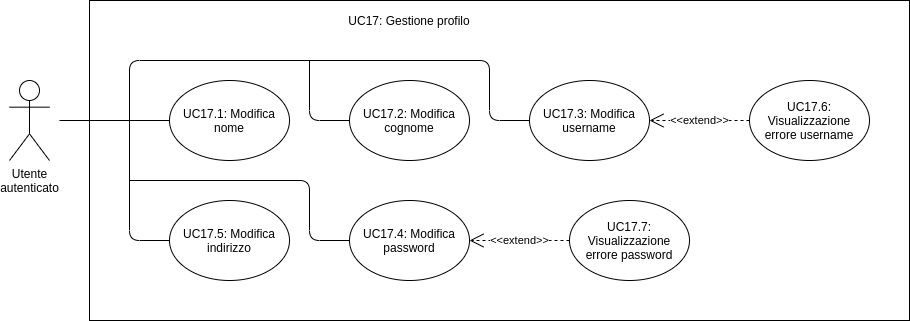
This is Images/AnalisiRequisiti/UC17.png from techsweave/TechSWEaveDocumentation, a draw.io export, as it was before one commit. Source tidied: cells renumbered, new cells last; positions are measured from the earlier drawing's top-left corner, leaving out a move shared by most shapes.
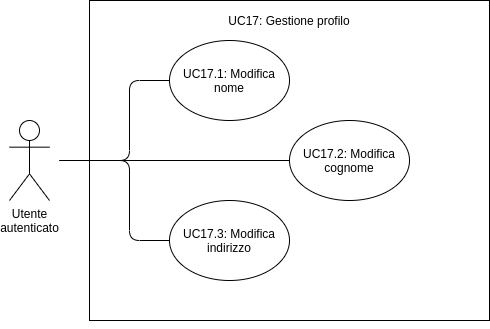
Above is the later version.

The edit, as a diff of the source:
```diff
@@ -3,83 +3,48 @@
     <mxCell id="0" />
     <mxCell id="1" parent="0" />
     <mxCell id="2" style="rounded=0;whiteSpace=wrap;html=1;fillColor=none;" parent="1" vertex="1">
-      <mxGeometry x="80" width="820" height="320" as="geometry" />
+      <mxGeometry x="80" y="-40" width="400" height="320" as="geometry" />
     </mxCell>
     <mxCell id="3" value="Utente&lt;br&gt;autenticato" style="shape=umlActor;verticalLabelPosition=bottom;verticalAlign=top;html=1;" parent="1" vertex="1">
       <mxGeometry y="80" width="40" height="80" as="geometry" />
     </mxCell>
     <mxCell id="4" value="UC17: Gestione profilo" style="text;html=1;strokeColor=none;fillColor=none;align=center;verticalAlign=middle;whiteSpace=wrap;rounded=0;" parent="1" vertex="1">
-      <mxGeometry x="330" y="10" width="140" height="20" as="geometry" />
+      <mxGeometry x="210" y="-30" width="140" height="20" as="geometry" />
     </mxCell>
     <mxCell id="5" style="endArrow=none;html=1;entryX=0;entryY=0.5;entryDx=0;entryDy=0;" parent="1" edge="1" target="6">
       <mxGeometry relative="1" as="geometry">
         <mxPoint x="50" y="120" as="sourcePoint" />
+        <Array as="points">
+          <mxPoint x="120" y="120" />
+          <mxPoint x="120" y="40" />
+        </Array>
       </mxGeometry>
     </mxCell>
     <mxCell id="6" value="UC17.1: Modifica nome" style="ellipse;whiteSpace=wrap;html=1;fillColor=none;" parent="1" vertex="1">
-      <mxGeometry x="160" y="80" width="120" height="80" as="geometry" />
+      <mxGeometry x="160" width="120" height="80" as="geometry" />
     </mxCell>
-    <mxCell id="7" style="endArrow=none;html=1;" parent="1" edge="1">
+    <mxCell id="7" style="endArrow=none;html=1;entryX=0;entryY=0.5;entryDx=0;entryDy=0;" parent="1" edge="1" target="11">
       <mxGeometry relative="1" as="geometry">
-        <mxPoint x="120" y="120" as="sourcePoint" />
-        <mxPoint x="160" y="240" as="targetPoint" />
+        <mxPoint x="50" y="120" as="sourcePoint" />
         <Array as="points">
-          <mxPoint x="120" y="240" />
+          <mxPoint x="120" y="120" />
+          <mxPoint x="120" y="200" />
         </Array>
       </mxGeometry>
     </mxCell>
-    <mxCell id="8" value="&lt;span&gt;UC17.4:&amp;nbsp;Modifica password&lt;/span&gt;" style="ellipse;whiteSpace=wrap;html=1;fillColor=none;" parent="1" vertex="1">
-      <mxGeometry x="340" y="200" width="120" height="80" as="geometry" />
-    </mxCell>
-    <mxCell id="9" style="endArrow=none;html=1;entryX=0;entryY=0.5;entryDx=0;entryDy=0;" parent="1" edge="1" target="10">
-      <mxGeometry relative="1" as="geometry">
-        <mxPoint x="120" y="120" as="sourcePoint" />
-        <Array as="points">
-          <mxPoint x="120" y="60" />
-          <mxPoint x="480" y="60" />
-          <mxPoint x="480" y="120" />
-        </Array>
-      </mxGeometry>
-    </mxCell>
-    <mxCell id="10" value="&lt;span&gt;UC17.3:&amp;nbsp;Modifica username&lt;/span&gt;" style="ellipse;whiteSpace=wrap;html=1;fillColor=none;" parent="1" vertex="1">
-      <mxGeometry x="520" y="80" width="120" height="80" as="geometry" />
-    </mxCell>
-    <mxCell id="11" value="&lt;span&gt;UC17.5:&amp;nbsp;Modifica indirizzo&lt;/span&gt;" style="ellipse;whiteSpace=wrap;html=1;fillColor=none;" parent="1" vertex="1">
-      <mxGeometry x="160" y="200" width="120" height="80" as="geometry" />
+    <mxCell id="11" value="&lt;span&gt;UC17.3:&amp;nbsp;Modifica indirizzo&lt;/span&gt;" style="ellipse;whiteSpace=wrap;html=1;fillColor=none;" parent="1" vertex="1">
+      <mxGeometry x="160" y="160" width="120" height="80" as="geometry" />
     </mxCell>
-    <mxCell id="12" style="endArrow=none;html=1;entryX=0;entryY=0.5;entryDx=0;entryDy=0;" parent="1" edge="1" target="8">
-      <mxGeometry relative="1" as="geometry">
-        <mxPoint x="120" y="180" as="sourcePoint" />
-        <Array as="points">
-          <mxPoint x="300" y="180" />
-          <mxPoint x="300" y="240" />
-        </Array>
-      </mxGeometry>
-    </mxCell>
     <mxCell id="13" value="UC17.2:&amp;nbsp;Modifica cognome" style="ellipse;whiteSpace=wrap;html=1;fillColor=none;" parent="1" vertex="1">
-      <mxGeometry x="340" y="80" width="120" height="80" as="geometry" />
+      <mxGeometry x="280" y="80" width="120" height="80" as="geometry" />
     </mxCell>
     <mxCell id="14" style="endArrow=none;html=1;exitX=0;exitY=0.5;exitDx=0;exitDy=0;" parent="1" edge="1" source="13">
       <mxGeometry relative="1" as="geometry">
-        <mxPoint x="300" y="60" as="targetPoint" />
-        <Array as="points">
-          <mxPoint x="300" y="120" />
-        </Array>
+        <mxPoint x="50" y="120" as="targetPoint" />
       </mxGeometry>
     </mxCell>
-    <mxCell id="15" value="&lt;span&gt;UC17.6: Visualizzazione&lt;br&gt;errore username&lt;/span&gt;" style="ellipse;whiteSpace=wrap;html=1;fillColor=none;" parent="1" vertex="1">
-      <mxGeometry x="740" y="80" width="120" height="80" as="geometry" />
-    </mxCell>
-    <mxCell id="16" value="&amp;lt;&amp;lt;extend&amp;gt;&amp;gt;" style="endArrow=open;endSize=12;dashed=1;html=1;entryX=1;entryY=0.5;entryDx=0;entryDy=0;exitX=0;exitY=0.5;exitDx=0;exitDy=0;" parent="1" edge="1" source="15" target="10">
-      <mxGeometry relative="1" as="geometry" />
-    </mxCell>
-    <mxCell id="17" value="&lt;span&gt;UC17.7: Visualizzazione&lt;br&gt;errore password&lt;/span&gt;" style="ellipse;whiteSpace=wrap;html=1;fillColor=none;" parent="1" vertex="1">
-      <mxGeometry x="560" y="200" width="120" height="80" as="geometry" />
-    </mxCell>
-    <mxCell id="18" value="&amp;lt;&amp;lt;extend&amp;gt;&amp;gt;" style="endArrow=open;endSize=12;dashed=1;html=1;entryX=1;entryY=0.5;entryDx=0;entryDy=0;exitX=0;exitY=0.5;exitDx=0;exitDy=0;" parent="1" edge="1" source="17">
-      <mxGeometry relative="1" as="geometry">
-        <mxPoint x="460" y="240" as="targetPoint" />
-      </mxGeometry>
-    </mxCell>
+    <mxCell id="19" style="edgeStyle=orthogonalEdgeStyle;rounded=0;orthogonalLoop=1;jettySize=auto;html=1;exitX=0.5;exitY=1;exitDx=0;exitDy=0;" parent="1" edge="1" source="2" target="2">
+      <mxGeometry relative="1" as="geometry" />
+    </mxCell>
   </root>
 </mxGraphModel>
```
